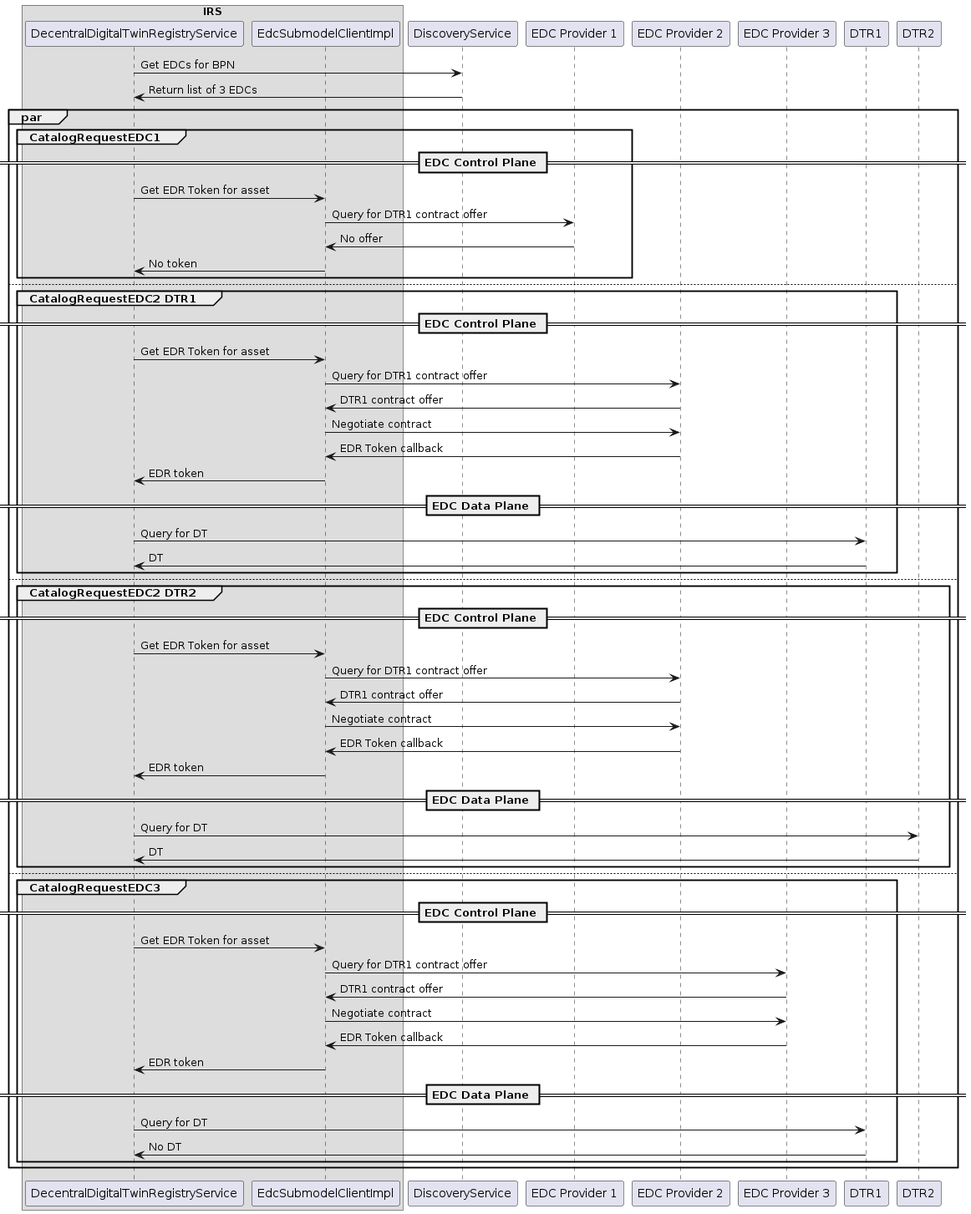
Earlier version of the PlantUML export docs/assets/arc42/arc42_044.png (eclipse-tractusx/item-relationship-service).
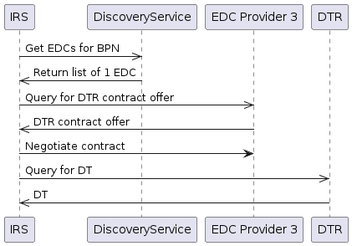
After the change.

What changed in the source:
```diff
@@ -1,93 +1,14 @@
 @startuml
+participant IRS
+participant DiscoveryService
+participant "EDC Provider 3" as EDCProvider3
+participant DTR
 
-
-box IRS
-    participant DecentralDigitalTwinRegistryService as DTRS
-    participant EdcSubmodelClientImpl as EdcClient
-end box
-
-
-participant DiscoveryService
-participant "EDC Provider 1" as EDCProvider1
-participant "EDC Provider 2" as EDCProvider2
-participant "EDC Provider 3" as EDCProvider3
-participant "DTR1" as DTR1
-participant "DTR2" as DTR2
-
-DTRS -> DiscoveryService: Get EDCs for BPN
-DiscoveryService -> DTRS: Return list of 3 EDCs
-
-
-par
-    group CatalogRequestEDC1
-
-        == EDC Control Plane ==
-        DTRS -> EdcClient: Get EDR Token for asset
-        EdcClient -> EDCProvider1: Query for DTR1 contract offer
-        EDCProvider1 -> EdcClient: No offer
-        EdcClient -> DTRS: No token
-    end
-
-    else
-
-    group CatalogRequestEDC2 DTR1
-
-        == EDC Control Plane ==
-
-        DTRS -> EdcClient: Get EDR Token for asset
-        EdcClient -> EDCProvider2: Query for DTR1 contract offer
-        EDCProvider2 -> EdcClient: DTR1 contract offer
-        EdcClient -> EDCProvider2: Negotiate contract
-        EDCProvider2 -> EdcClient: EDR Token callback
-
-        EdcClient -> DTRS: EDR token
-
-
-        == EDC Data Plane ==
-
-        DTRS -> DTR1: Query for DT
-        DTR1 -> DTRS: DT
-    end
-
-    else
-
-    group CatalogRequestEDC2 DTR2
-
-        == EDC Control Plane ==
-
-        DTRS -> EdcClient: Get EDR Token for asset
-        EdcClient -> EDCProvider2: Query for DTR1 contract offer
-        EDCProvider2 -> EdcClient: DTR1 contract offer
-        EdcClient -> EDCProvider2: Negotiate contract
-        EDCProvider2 -> EdcClient: EDR Token callback
-
-        EdcClient -> DTRS: EDR token
-
-
-        == EDC Data Plane ==
-
-        DTRS -> DTR2: Query for DT
-        DTR2 -> DTRS: DT
-    end
-
-    else
-
-    group CatalogRequestEDC3
-
-        == EDC Control Plane ==
-
-        DTRS -> EdcClient: Get EDR Token for asset
-        EdcClient -> EDCProvider3: Query for DTR1 contract offer
-        EDCProvider3 -> EdcClient: DTR1 contract offer
-        EdcClient -> EDCProvider3: Negotiate contract
-        EDCProvider3 -> EdcClient: EDR Token callback
-        EdcClient -> DTRS: EDR token
-
-        == EDC Data Plane ==
-
-        DTRS -> DTR1: Query for DT
-        DTR1 -> DTRS: No DT
-    end
-end
-
+IRS ->> DiscoveryService: Get EDCs for BPN
+DiscoveryService ->> IRS: Return list of 1 EDC
+IRS ->> EDCProvider3: Query for DTR contract offer
+EDCProvider3 ->> IRS: DTR contract offer
+IRS -> EDCProvider3: Negotiate contract
+IRS ->> DTR: Query for DT
+DTR ->> IRS: DT
 @enduml
```
